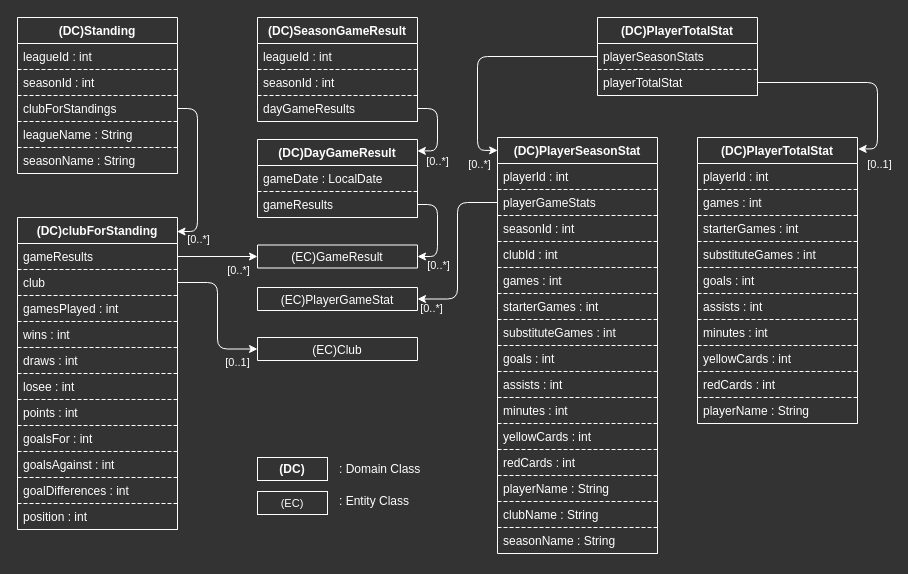
Before: docs/io/class.drawio in AijiY/FootballStatsManagement, a draw.io diagram. Source tidied: cells renumbered, new cells numbered last; positions are measured from the earlier drawing's top-left corner, leaving out a move shared by most shapes. Both pictures are drawn from the tidied source at 100%, with x=0, y=0 at pixel (17, 17).
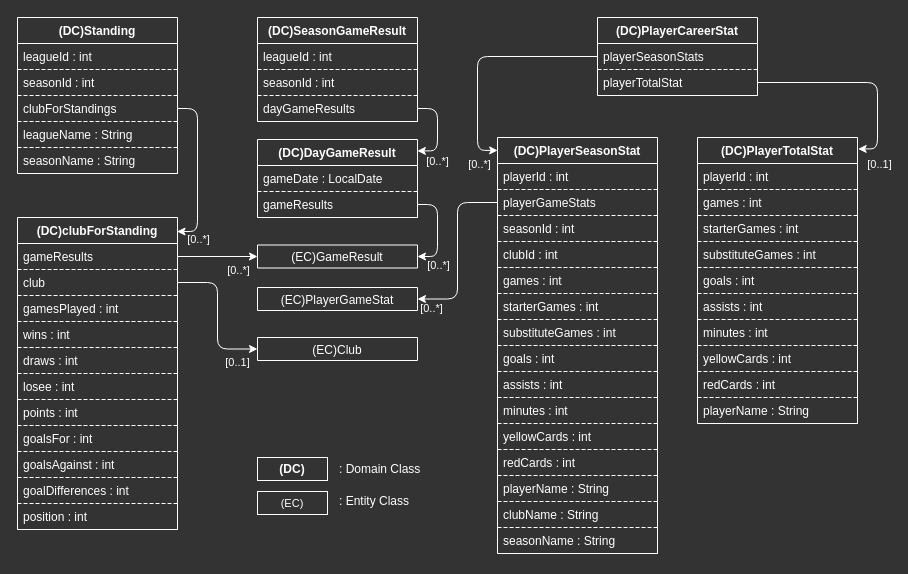
Above is the later version.

Commit message (it also covers changes not shown here):
README修正：反省点追加

The edit, as a diff of the source:
```diff
@@
-    <mxCell id="74" value="(DC)PlayerTotalStat" style="swimlane;fontStyle=1;align=center;verticalAlign=top;horizontal=1;startSize=26;rounded=0;shadow=0;strokeWidth=1;fillColor=none;strokeColor=#ffffff;fontColor=#ffffff;" parent="1" vertex="1">
+    <mxCell id="74" value="(DC)PlayerCareerStat" style="swimlane;fontStyle=1;align=center;verticalAlign=top;horizontal=1;startSize=26;rounded=0;shadow=0;strokeWidth=1;fillColor=none;strokeColor=#ffffff;fontColor=#ffffff;" parent="1" vertex="1">
       <mxGeometry x="580" width="160" height="78" as="geometry" />
     </mxCell>
```
